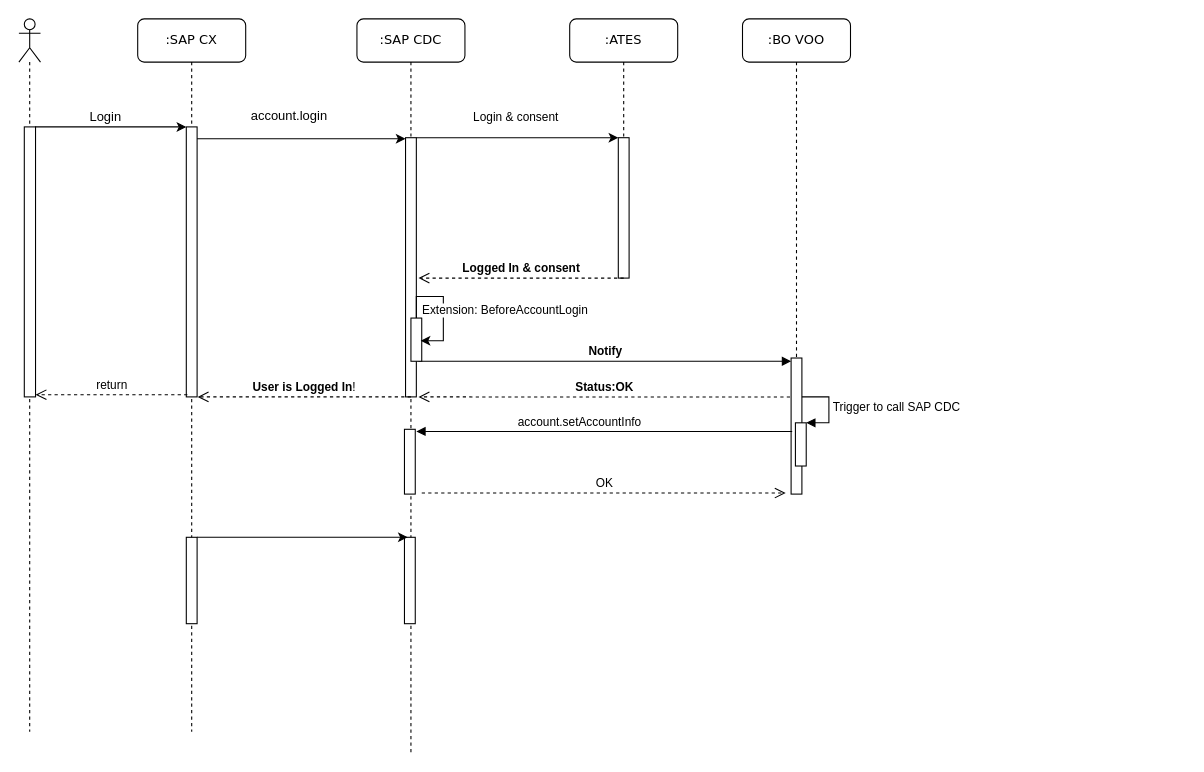
Above: page "OPIDC-GetIndivInfo" (2 of 2) of SeqDiagram-CX-VOO-CDC.drawio in MudBloodArchitekt/draw.io (draw.io), before the change. Source tidied: cells renumbered, new cells numbered last; positions are measured from the earlier drawing's top-left corner, leaving out a move shared by most shapes. Both pictures are drawn from the tidied source at 108%, with x=0, y=0 at pixel (18, 18).
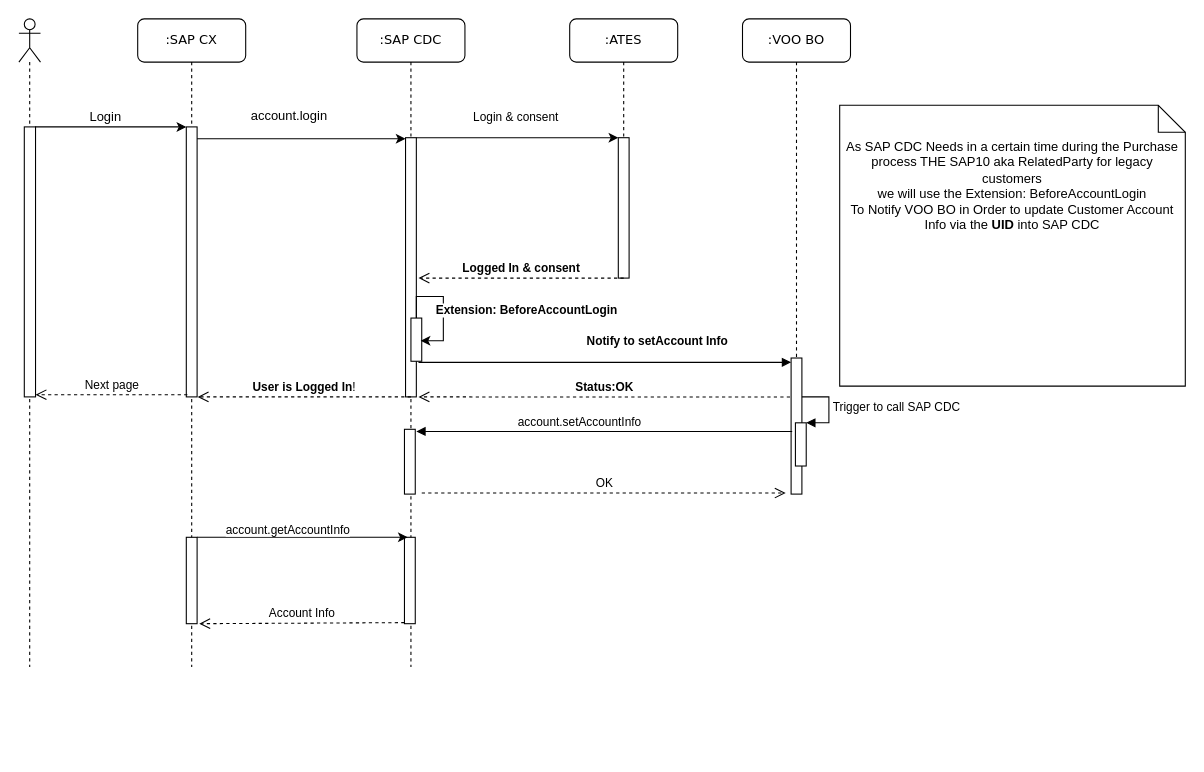
Above is the later version.

Unchanged cells that the change refers to:
```xml
<mxCell id="4" style="html=1;points=[];perimeter=orthogonalPerimeter;" parent="2" vertex="1">
  <mxGeometry x="45" y="480" width="10" height="80" as="geometry" />
</mxCell>
<mxCell id="21" style="html=1;points=[];perimeter=orthogonalPerimeter;" parent="1" vertex="1">
  <mxGeometry x="363" y="277" width="10" height="40" as="geometry" />
</mxCell>
<mxCell id="31" style="edgeStyle=orthogonalEdgeStyle;rounded=0;orthogonalLoop=1;jettySize=auto;html=1;entryX=0.3;entryY=0.5;entryDx=0;entryDy=0;entryPerimeter=0;" parent="1" edge="1">
  <mxGeometry relative="1" as="geometry">
    <mxPoint x="165" y="480" as="sourcePoint" />
    <mxPoint x="360" y="480" as="targetPoint" />
  </mxGeometry>
</mxCell>
```

Change to the diagram source:
```diff
@@
     <mxCell id="2" value=":SAP CX" style="shape=umlLifeline;perimeter=lifelinePerimeter;whiteSpace=wrap;html=1;rounded=1;shadow=0;comic=0;labelBackgroundColor=none;strokeWidth=1;fontFamily=Verdana;fontSize=12;align=center;" parent="1" vertex="1">
-      <mxGeometry x="110" width="100" height="660" as="geometry" />
+      <mxGeometry x="110" width="100" height="600" as="geometry" />
     </mxCell>
@@
     <mxCell id="5" value=":SAP CDC" style="shape=umlLifeline;perimeter=lifelinePerimeter;whiteSpace=wrap;html=1;rounded=1;shadow=0;comic=0;labelBackgroundColor=none;strokeWidth=1;fontFamily=Verdana;fontSize=12;align=center;" parent="1" vertex="1">
-      <mxGeometry x="313" width="100" height="680" as="geometry" />
+      <mxGeometry x="313" width="100" height="600" as="geometry" />
     </mxCell>
@@
     <mxCell id="8" style="shape=umlLifeline;participant=umlActor;perimeter=lifelinePerimeter;whiteSpace=wrap;html=1;verticalAlign=top;spacingTop=36;" parent="1" vertex="1">
-      <mxGeometry width="20" height="660" as="geometry" />
+      <mxGeometry width="20" height="600" as="geometry" />
     </mxCell>
@@
-    <mxCell id="12" value=":BO VOO" style="shape=umlLifeline;perimeter=lifelinePerimeter;whiteSpace=wrap;html=1;rounded=1;shadow=0;comic=0;labelBackgroundColor=none;strokeWidth=1;fontFamily=Verdana;fontSize=12;align=center;" parent="1" vertex="1">
+    <mxCell id="12" value=":VOO BO " style="shape=umlLifeline;perimeter=lifelinePerimeter;whiteSpace=wrap;html=1;rounded=1;shadow=0;comic=0;labelBackgroundColor=none;strokeWidth=1;fontFamily=Verdana;fontSize=12;align=center;" parent="1" vertex="1">
       <mxGeometry x="670" width="100" height="440" as="geometry" />
     </mxCell>
@@
-    <mxCell id="14" value="&lt;font style=&quot;font-size: 11px&quot;&gt;&lt;b&gt;Notify&lt;/b&gt;&lt;/font&gt;" style="html=1;verticalAlign=bottom;endArrow=block;" parent="12" edge="1">
-      <mxGeometry relative="1" as="geometry">
-        <mxPoint x="-300" y="317" as="sourcePoint" />
-        <mxPoint x="45" y="317" as="targetPoint" />
+    <mxCell id="14" value="&lt;blockquote&gt;&lt;b&gt;&lt;font style=&quot;font-size: 11px&quot;&gt;Notify&lt;/font&gt; to setAccount Info&lt;/b&gt;&lt;br&gt;&lt;/blockquote&gt;" style="html=1;verticalAlign=bottom;endArrow=block;" parent="12" edge="1">
+      <mxGeometry x="0.28" relative="1" as="geometry">
+        <mxPoint x="-300" y="318" as="sourcePoint" />
+        <mxPoint x="45" y="318" as="targetPoint" />
       </mxGeometry>
     </mxCell>
@@
-    <mxCell id="25" value="Extension: BeforeAccountLogin" style="edgeStyle=orthogonalEdgeStyle;rounded=0;orthogonalLoop=1;jettySize=auto;html=1;entryX=0.9;entryY=0.525;entryDx=0;entryDy=0;entryPerimeter=0;" parent="1" edge="1" source="21" target="21">
-      <mxGeometry x="0.08" y="57" relative="1" as="geometry" />
+    <mxCell id="25" value="Extension: BeforeAccountLogin" style="edgeStyle=orthogonalEdgeStyle;rounded=0;orthogonalLoop=1;jettySize=auto;html=1;entryX=0.9;entryY=0.525;entryDx=0;entryDy=0;entryPerimeter=0;fontStyle=1;" parent="1" edge="1" source="21" target="21">
+      <mxGeometry x="0.08" y="77" relative="1" as="geometry" />
     </mxCell>
@@
-    <mxCell id="29" value="return" style="html=1;verticalAlign=bottom;endArrow=open;dashed=1;endSize=8;exitX=0.1;exitY=0.98;exitDx=0;exitDy=0;exitPerimeter=0;" parent="1" edge="1">
+    <mxCell id="29" value="Next page" style="html=1;verticalAlign=bottom;endArrow=open;dashed=1;endSize=8;exitX=0.1;exitY=0.98;exitDx=0;exitDy=0;exitPerimeter=0;" parent="1" edge="1">
       <mxGeometry relative="1" as="geometry">
         <mxPoint x="156" y="348" as="sourcePoint" />
         <mxPoint x="15.4" y="348" as="targetPoint" />
       </mxGeometry>
     </mxCell>
@@
+    <mxCell id="32" value="account.getAccountInfo" style="edgeLabel;html=1;align=center;verticalAlign=middle;" parent="31" vertex="1">
+      <mxGeometry x="-0.26" y="2" relative="1" as="geometry">
+        <mxPoint x="11" y="-6" as="offset" />
+      </mxGeometry>
+    </mxCell>
+    <mxCell id="33" value="Account Info" style="html=1;verticalAlign=bottom;endArrow=open;dashed=1;endSize=8;entryX=1.2;entryY=1;entryDx=0;entryDy=0;entryPerimeter=0;" parent="1" edge="1" target="4">
+      <mxGeometry relative="1" as="geometry">
+        <mxPoint x="357" y="559" as="sourcePoint" />
+      </mxGeometry>
+    </mxCell>
+    <mxCell id="34" value="As SAP CDC Needs in a certain time during the Purchase process THE SAP10 aka RelatedParty for legacy customers&lt;br&gt;we will use the Extension: BeforeAccountLogin&lt;br&gt;To Notify VOO BO in Order to update Customer Account Info via the &lt;b&gt;UID &lt;/b&gt;into SAP CDC" style="shape=note2;boundedLbl=1;whiteSpace=wrap;html=1;size=25;verticalAlign=top;align=center;" parent="1" vertex="1">
+      <mxGeometry x="760" y="80" width="320" height="260" as="geometry" />
+    </mxCell>
```
